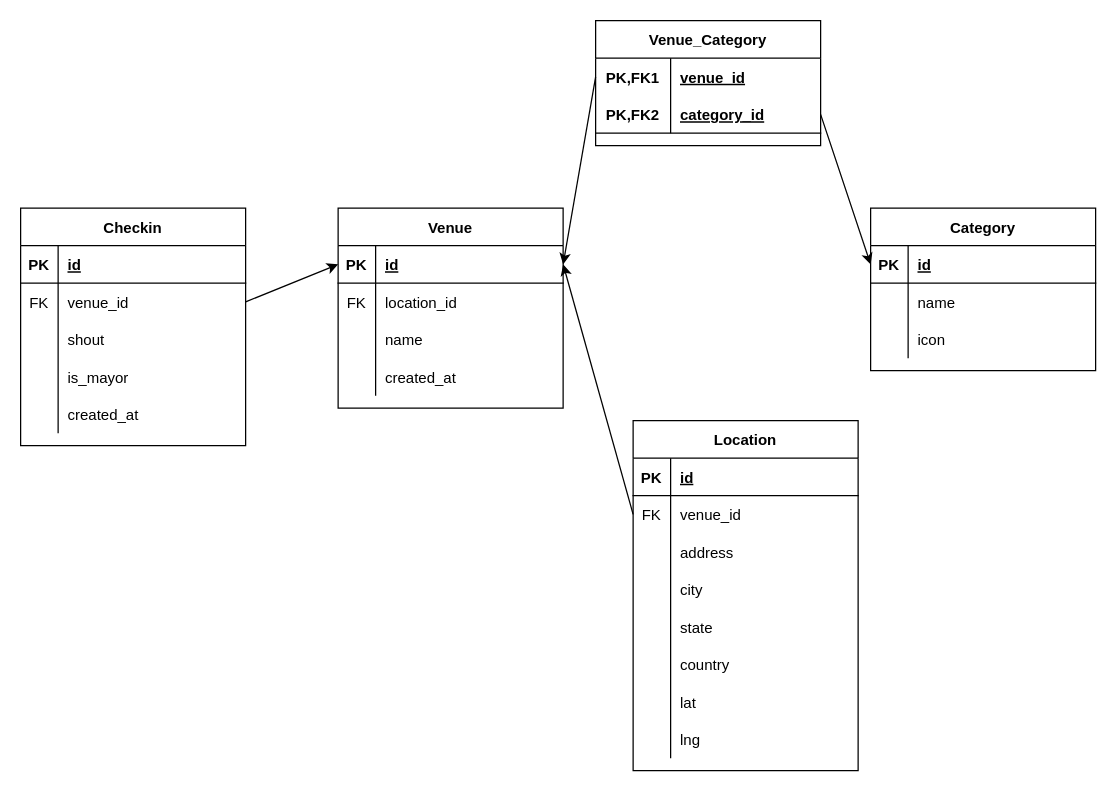
Suyama-Daichi/SwarmPlus-backend keeps this draw.io diagram as erdiagram.drawio. Above is the earlier version. Source tidied: cells renumbered, new cells numbered last; positions are measured from the earlier drawing's top-left corner, leaving out a move shared by most shapes. Both pictures are drawn from the tidied source at 125%, with x=0, y=0 at pixel (20, 20).
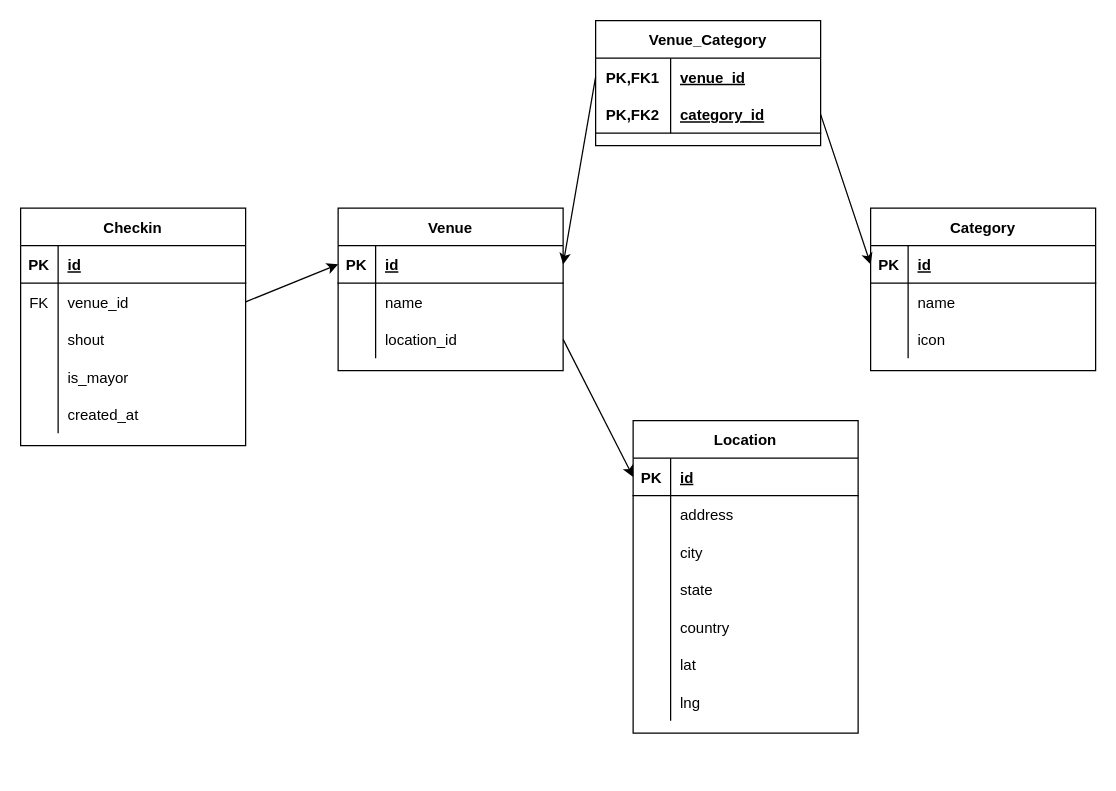
After the change.

Unchanged cells that the change refers to:
```xml
<mxCell id="20" style="shape=partialRectangle;fillColor=none;top=0;left=0;bottom=1;right=0;points=[[0,0.5],[1,0.5]];portConstraint=eastwest;" parent="19" vertex="1">
  <mxGeometry y="30" width="180" height="30" as="geometry" />
</mxCell>
<mxCell id="52" style="shape=partialRectangle;fillColor=none;top=0;left=0;bottom=1;right=0;points=[[0,0.5],[1,0.5]];portConstraint=eastwest;" parent="51" vertex="1">
  <mxGeometry y="30" width="180" height="30" as="geometry" />
</mxCell>
```

The edit, as a diff of the source:
```diff
@@
     <mxCell id="19" value="Venue" style="shape=table;startSize=30;childLayout=tableLayout;rowLines=0;fontStyle=1;align=center;" parent="1" vertex="1">
-      <mxGeometry x="254" y="150" width="180" height="160" as="geometry" />
+      <mxGeometry x="254" y="150" width="180" height="130" as="geometry" />
     </mxCell>
@@
-    <mxCell id="23" style="shape=partialRectangle;fillColor=none;top=0;left=0;bottom=0;right=0;" parent="19" vertex="1">
-      <mxGeometry y="60" width="180" height="30" as="geometry" />
-    </mxCell>
-    <mxCell id="24" value="FK" style="shape=partialRectangle;fillColor=none;top=0;left=0;bottom=0;right=0;overflow=hidden;" parent="23" vertex="1">
-      <mxGeometry width="30" height="30" as="geometry" />
-    </mxCell>
-    <mxCell id="25" value="location_id" style="shape=partialRectangle;fillColor=none;top=0;left=0;bottom=0;right=0;align=left;spacingLeft=6;overflow=hidden;" parent="23" vertex="1">
-      <mxGeometry x="30" width="150" height="30" as="geometry" />
-    </mxCell>
     <mxCell id="26" style="shape=partialRectangle;fillColor=none;top=0;left=0;bottom=0;right=0;" parent="19" vertex="1">
-      <mxGeometry y="90" width="180" height="30" as="geometry" />
+      <mxGeometry y="60" width="180" height="30" as="geometry" />
     </mxCell>
@@
-    <mxCell id="29" style="shape=partialRectangle;fillColor=none;top=0;left=0;bottom=0;right=0;" parent="19" vertex="1">
-      <mxGeometry y="120" width="180" height="30" as="geometry" />
-    </mxCell>
+    <mxCell id="77" style="shape=partialRectangle;fillColor=none;top=0;left=0;bottom=0;right=0;points=[[0,0.5],[1,0.5]];portConstraint=eastwest;" parent="19" vertex="1">
+      <mxGeometry y="90" width="180" height="30" as="geometry" />
+    </mxCell>
-    <mxCell id="30" style="shape=partialRectangle;fillColor=none;top=0;left=0;bottom=0;right=0;overflow=hidden;" parent="29" vertex="1">
+    <mxCell id="30" style="shape=partialRectangle;fillColor=none;top=0;left=0;bottom=0;right=0;overflow=hidden;" parent="77" vertex="1">
       <mxGeometry width="30" height="30" as="geometry" />
     </mxCell>
-    <mxCell id="31" value="created_at" style="shape=partialRectangle;fillColor=none;top=0;left=0;bottom=0;right=0;align=left;spacingLeft=6;overflow=hidden;" parent="29" vertex="1">
-      <mxGeometry x="30" width="150" height="30" as="geometry" />
-    </mxCell>
+    <mxCell id="25" value="location_id" style="shape=partialRectangle;fillColor=none;top=0;left=0;bottom=0;right=0;align=left;spacingLeft=6;overflow=hidden;" parent="77" vertex="1">
+      <mxGeometry x="30" width="150" height="30" as="geometry" />
+    </mxCell>
@@
     <mxCell id="51" value="Location" style="shape=table;startSize=30;childLayout=tableLayout;rowLines=0;fontStyle=1;align=center;" parent="1" vertex="1">
-      <mxGeometry x="490" y="320" width="180" height="280" as="geometry" />
+      <mxGeometry x="490" y="320" width="180" height="250" as="geometry" />
     </mxCell>
@@
-    <mxCell id="55" style="shape=partialRectangle;fillColor=none;top=0;left=0;bottom=0;right=0;points=[[0,0.5],[1,0.5]];portConstraint=eastwest;" parent="51" vertex="1">
-      <mxGeometry y="60" width="180" height="30" as="geometry" />
-    </mxCell>
-    <mxCell id="56" value="FK" style="shape=partialRectangle;fillColor=none;top=0;left=0;bottom=0;right=0;overflow=hidden;" parent="55" vertex="1">
-      <mxGeometry width="30" height="30" as="geometry" />
-    </mxCell>
-    <mxCell id="57" value="venue_id" style="shape=partialRectangle;fillColor=none;top=0;left=0;bottom=0;right=0;align=left;spacingLeft=6;overflow=hidden;" parent="55" vertex="1">
-      <mxGeometry x="30" width="150" height="30" as="geometry" />
-    </mxCell>
     <mxCell id="58" style="shape=partialRectangle;fillColor=none;top=0;left=0;bottom=0;right=0;" parent="51" vertex="1">
-      <mxGeometry y="90" width="180" height="30" as="geometry" />
+      <mxGeometry y="60" width="180" height="30" as="geometry" />
     </mxCell>
@@
     <mxCell id="61" style="shape=partialRectangle;fillColor=none;top=0;left=0;bottom=0;right=0;" parent="51" vertex="1">
-      <mxGeometry y="120" width="180" height="30" as="geometry" />
+      <mxGeometry y="90" width="180" height="30" as="geometry" />
     </mxCell>
@@
     <mxCell id="64" style="shape=partialRectangle;fillColor=none;top=0;left=0;bottom=0;right=0;" parent="51" vertex="1">
-      <mxGeometry y="150" width="180" height="30" as="geometry" />
+      <mxGeometry y="120" width="180" height="30" as="geometry" />
     </mxCell>
@@
     <mxCell id="67" style="shape=partialRectangle;fillColor=none;top=0;left=0;bottom=0;right=0;" parent="51" vertex="1">
-      <mxGeometry y="180" width="180" height="30" as="geometry" />
+      <mxGeometry y="150" width="180" height="30" as="geometry" />
     </mxCell>
@@
     <mxCell id="70" style="shape=partialRectangle;fillColor=none;top=0;left=0;bottom=0;right=0;" parent="51" vertex="1">
-      <mxGeometry y="210" width="180" height="30" as="geometry" />
+      <mxGeometry y="180" width="180" height="30" as="geometry" />
     </mxCell>
@@
     <mxCell id="73" style="shape=partialRectangle;fillColor=none;top=0;left=0;bottom=0;right=0;" parent="51" vertex="1">
-      <mxGeometry y="240" width="180" height="30" as="geometry" />
+      <mxGeometry y="210" width="180" height="30" as="geometry" />
     </mxCell>
@@
-    <mxCell id="76" style="edgeStyle=none;html=1;exitX=0;exitY=0.5;exitDx=0;exitDy=0;entryX=1;entryY=0.5;entryDx=0;entryDy=0;" parent="1" edge="1" source="55" target="20">
-      <mxGeometry relative="1" as="geometry" />
-    </mxCell>
+    <mxCell id="78" style="edgeStyle=none;html=1;entryX=0;entryY=0.5;entryDx=0;entryDy=0;exitX=1;exitY=0.5;exitDx=0;exitDy=0;" parent="1" edge="1" source="77" target="52">
+      <mxGeometry relative="1" as="geometry" />
+    </mxCell>
```
